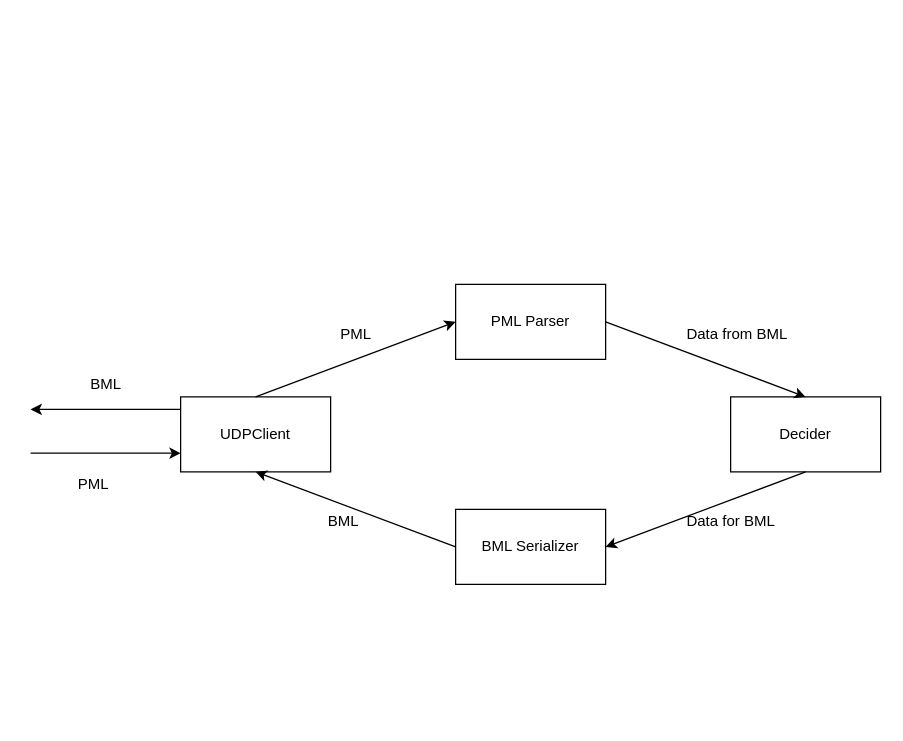
Earlier version of the draw.io diagram shema2.drawio (TaranMarec/taranmarec.github.io). Source tidied: cells renumbered, new cells numbered last; positions are measured from the earlier drawing's top-left corner, leaving out a move shared by most shapes. Both pictures are drawn from the tidied source at 125%, with x=0, y=0 at pixel (30, 284).
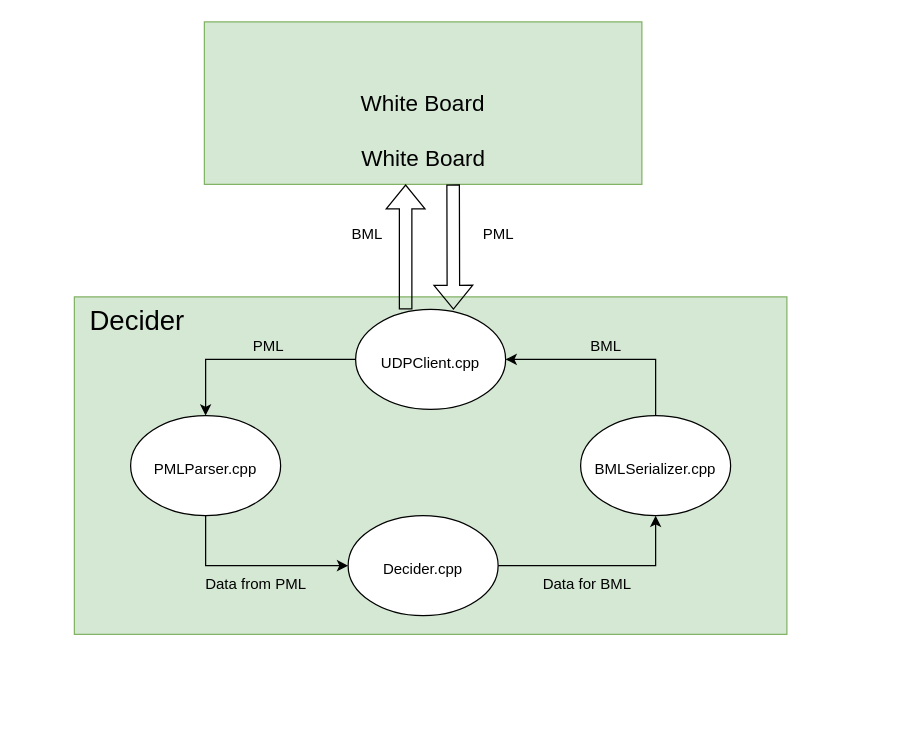
After the change.

What changed in the source:
```diff
@@
-    <mxCell id="2" value="UDPClient" style="rounded=0;whiteSpace=wrap;html=1;" parent="1" vertex="1">
-      <mxGeometry x="120" y="90" width="120" height="60" as="geometry" />
-    </mxCell>
-    <mxCell id="3" value="PML Parser" style="rounded=0;whiteSpace=wrap;html=1;" parent="1" vertex="1">
-      <mxGeometry x="340" width="120" height="60" as="geometry" />
-    </mxCell>
-    <mxCell id="4" value="BML Serializer" style="rounded=0;whiteSpace=wrap;html=1;" parent="1" vertex="1">
-      <mxGeometry x="340" y="180" width="120" height="60" as="geometry" />
-    </mxCell>
-    <mxCell id="5" value="Decider" style="rounded=0;whiteSpace=wrap;html=1;" parent="1" vertex="1">
-      <mxGeometry x="560" y="90" width="120" height="60" as="geometry" />
-    </mxCell>
-    <mxCell id="6" style="endArrow=classic;html=1;rounded=0;exitX=0.5;exitY=0;exitDx=0;exitDy=0;entryX=0;entryY=0.5;entryDx=0;entryDy=0;" parent="1" edge="1" source="2" target="3">
-      <mxGeometry relative="1" as="geometry" />
-    </mxCell>
-    <mxCell id="7" style="endArrow=classic;html=1;rounded=0;entryX=0.5;entryY=0;entryDx=0;entryDy=0;" parent="1" edge="1" target="5">
-      <mxGeometry relative="1" as="geometry">
-        <mxPoint x="460" y="30" as="sourcePoint" />
-      </mxGeometry>
-    </mxCell>
-    <mxCell id="8" style="endArrow=classic;html=1;rounded=0;entryX=1;entryY=0.5;entryDx=0;entryDy=0;" parent="1" edge="1" target="4">
-      <mxGeometry relative="1" as="geometry">
-        <mxPoint x="620" y="150" as="sourcePoint" />
-      </mxGeometry>
-    </mxCell>
-    <mxCell id="9" style="endArrow=classic;html=1;rounded=0;entryX=0.5;entryY=1;entryDx=0;entryDy=0;" parent="1" edge="1" target="2">
-      <mxGeometry relative="1" as="geometry">
-        <mxPoint x="340" y="210" as="sourcePoint" />
-      </mxGeometry>
-    </mxCell>
-    <mxCell id="10" style="endArrow=classic;html=1;rounded=0;" parent="1" edge="1">
-      <mxGeometry relative="1" as="geometry">
-        <mxPoint x="120" y="100" as="sourcePoint" />
-        <mxPoint y="100" as="targetPoint" />
-      </mxGeometry>
-    </mxCell>
-    <mxCell id="11" style="endArrow=classic;html=1;rounded=0;entryX=0;entryY=0.75;entryDx=0;entryDy=0;" parent="1" edge="1" target="2">
-      <mxGeometry relative="1" as="geometry">
-        <mxPoint y="135" as="sourcePoint" />
-      </mxGeometry>
-    </mxCell>
+    <mxCell id="18" style="rounded=0;whiteSpace=wrap;html=1;fillColor=#d5e8d4;strokeColor=#82b366;" parent="1" vertex="1">
+      <mxGeometry x="35" y="10" width="570" height="270" as="geometry" />
+    </mxCell>
     <mxCell id="12" value="PML" style="text;html=1;align=center;verticalAlign=middle;strokeColor=none;fillColor=none;" parent="1" vertex="1">
-      <mxGeometry x="30" y="150" width="40" height="20" as="geometry" />
+      <mxGeometry x="170" y="40" width="40" height="20" as="geometry" />
     </mxCell>
     <mxCell id="13" value="BML" style="text;html=1;align=center;verticalAlign=middle;strokeColor=none;fillColor=none;" parent="1" vertex="1">
-      <mxGeometry x="40" y="70" width="40" height="20" as="geometry" />
+      <mxGeometry x="249" y="-50" width="40" height="20" as="geometry" />
     </mxCell>
     <mxCell id="14" value="PML" style="text;html=1;align=center;verticalAlign=middle;strokeColor=none;fillColor=none;" parent="1" vertex="1">
-      <mxGeometry x="240" y="30" width="40" height="20" as="geometry" />
+      <mxGeometry x="354" y="-50" width="40" height="20" as="geometry" />
     </mxCell>
     <mxCell id="15" value="BML" style="text;html=1;align=center;verticalAlign=middle;strokeColor=none;fillColor=none;" parent="1" vertex="1">
-      <mxGeometry x="230" y="180" width="40" height="20" as="geometry" />
+      <mxGeometry x="440" y="40" width="40" height="20" as="geometry" />
     </mxCell>
     <mxCell id="16" value="Data for BML" style="text;html=1;align=center;verticalAlign=middle;strokeColor=none;fillColor=none;" parent="1" vertex="1">
-      <mxGeometry x="515" y="180" width="90" height="20" as="geometry" />
+      <mxGeometry x="400" y="230" width="90" height="20" as="geometry" />
     </mxCell>
-    <mxCell id="17" value="Data from BML" style="text;html=1;align=center;verticalAlign=middle;strokeColor=none;fillColor=none;" parent="1" vertex="1">
-      <mxGeometry x="515" y="30" width="100" height="20" as="geometry" />
+    <mxCell id="17" value="Data from PML" style="text;html=1;align=center;verticalAlign=middle;strokeColor=none;fillColor=none;" parent="1" vertex="1">
+      <mxGeometry x="130" y="230" width="100" height="20" as="geometry" />
     </mxCell>
+    <mxCell id="5" value="&lt;font style=&quot;font-size: 22px;&quot;&gt;Decider&lt;/font&gt;" style="text;html=1;align=center;verticalAlign=middle;points=[];strokeColor=none;fillColor=none;" parent="1" vertex="1">
+      <mxGeometry x="40" y="20" width="90" height="20" as="geometry" />
+    </mxCell>
+    <mxCell id="19" style="edgeStyle=orthogonalEdgeStyle;rounded=0;orthogonalLoop=1;jettySize=auto;html=1;exitX=0.5;exitY=1;exitDx=0;exitDy=0;fontSize=22;" parent="1" edge="1">
+      <mxGeometry relative="1" as="geometry">
+        <mxPoint x="360" y="340" as="sourcePoint" />
+        <mxPoint x="360" y="340" as="targetPoint" />
+      </mxGeometry>
+    </mxCell>
+    <mxCell id="20" value="&lt;span style=&quot;font-size: 18px;&quot;&gt;White Board&lt;/span&gt;" style="whiteSpace=wrap;html=1;fontSize=22;fillColor=#d5e8d4;strokeColor=#82b366;" parent="1" vertex="1">
+      <mxGeometry x="139" y="-210" width="350" height="130" as="geometry" />
+    </mxCell>
+    <mxCell id="21" style="edgeStyle=orthogonalEdgeStyle;rounded=0;jettySize=auto;html=1;fontSize=22;" parent="1" edge="1" source="22" target="24">
+      <mxGeometry relative="1" as="geometry" />
+    </mxCell>
+    <mxCell id="22" value="&lt;span style=&quot;font-size: 12px;&quot;&gt;UDPClient.cpp&lt;/span&gt;" style="ellipse;whiteSpace=wrap;html=1;fontSize=22;" parent="1" vertex="1">
+      <mxGeometry x="260" y="20" width="120" height="80" as="geometry" />
+    </mxCell>
+    <mxCell id="23" style="edgeStyle=orthogonalEdgeStyle;rounded=0;jettySize=auto;html=1;entryX=0;entryY=0.5;entryDx=0;entryDy=0;fontSize=22;" parent="1" edge="1" source="24" target="26">
+      <mxGeometry relative="1" as="geometry">
+        <Array as="points">
+          <mxPoint x="140" y="225" />
+        </Array>
+      </mxGeometry>
+    </mxCell>
+    <mxCell id="24" value="&lt;span style=&quot;font-size: 12px;&quot;&gt;PMLParser.cpp&lt;/span&gt;" style="ellipse;whiteSpace=wrap;html=1;fontSize=22;" parent="1" vertex="1">
+      <mxGeometry x="80" y="105" width="120" height="80" as="geometry" />
+    </mxCell>
+    <mxCell id="25" style="edgeStyle=orthogonalEdgeStyle;rounded=0;jettySize=auto;html=1;fontSize=22;" parent="1" edge="1" source="26" target="28">
+      <mxGeometry relative="1" as="geometry">
+        <Array as="points">
+          <mxPoint x="500" y="225" />
+        </Array>
+      </mxGeometry>
+    </mxCell>
+    <mxCell id="26" value="&lt;span style=&quot;font-size: 12px;&quot;&gt;Decider.cpp&lt;/span&gt;" style="ellipse;whiteSpace=wrap;html=1;fontSize=22;" parent="1" vertex="1">
+      <mxGeometry x="254" y="185" width="120" height="80" as="geometry" />
+    </mxCell>
+    <mxCell id="27" style="edgeStyle=orthogonalEdgeStyle;rounded=0;jettySize=auto;html=1;entryX=1;entryY=0.5;entryDx=0;entryDy=0;fontSize=22;" parent="1" edge="1" source="28" target="22">
+      <mxGeometry relative="1" as="geometry">
+        <Array as="points">
+          <mxPoint x="500" y="60" />
+        </Array>
+      </mxGeometry>
+    </mxCell>
+    <mxCell id="28" value="&lt;span style=&quot;font-size: 12px;&quot;&gt;BMLSerializer.cpp&lt;/span&gt;" style="ellipse;whiteSpace=wrap;html=1;fontSize=22;" parent="1" vertex="1">
+      <mxGeometry x="440" y="105" width="120" height="80" as="geometry" />
+    </mxCell>
+    <mxCell id="29" style="shape=flexArrow;endArrow=classic;html=1;rounded=0;fontSize=22;entryX=0.652;entryY=0.003;entryDx=0;entryDy=0;entryPerimeter=0;" parent="1" edge="1" target="22">
+      <mxGeometry relative="1" as="geometry">
+        <mxPoint x="338" y="-80" as="sourcePoint" />
+      </mxGeometry>
+    </mxCell>
+    <mxCell id="30" style="shape=flexArrow;endArrow=classic;html=1;rounded=0;fontSize=22;" parent="1" edge="1">
+      <mxGeometry relative="1" as="geometry">
+        <mxPoint x="300" y="20" as="sourcePoint" />
+        <mxPoint x="300" y="-80" as="targetPoint" />
+      </mxGeometry>
+    </mxCell>
+    <mxCell id="31" value="&lt;span style=&quot;font-size: 18px;&quot;&gt;White Board&lt;/span&gt;" style="text;html=1;strokeColor=none;fillColor=none;align=center;verticalAlign=middle;whiteSpace=wrap;rounded=0;fontSize=22;" parent="1" vertex="1">
+      <mxGeometry x="220.5" y="-116" width="187" height="30" as="geometry" />
+    </mxCell>
```
